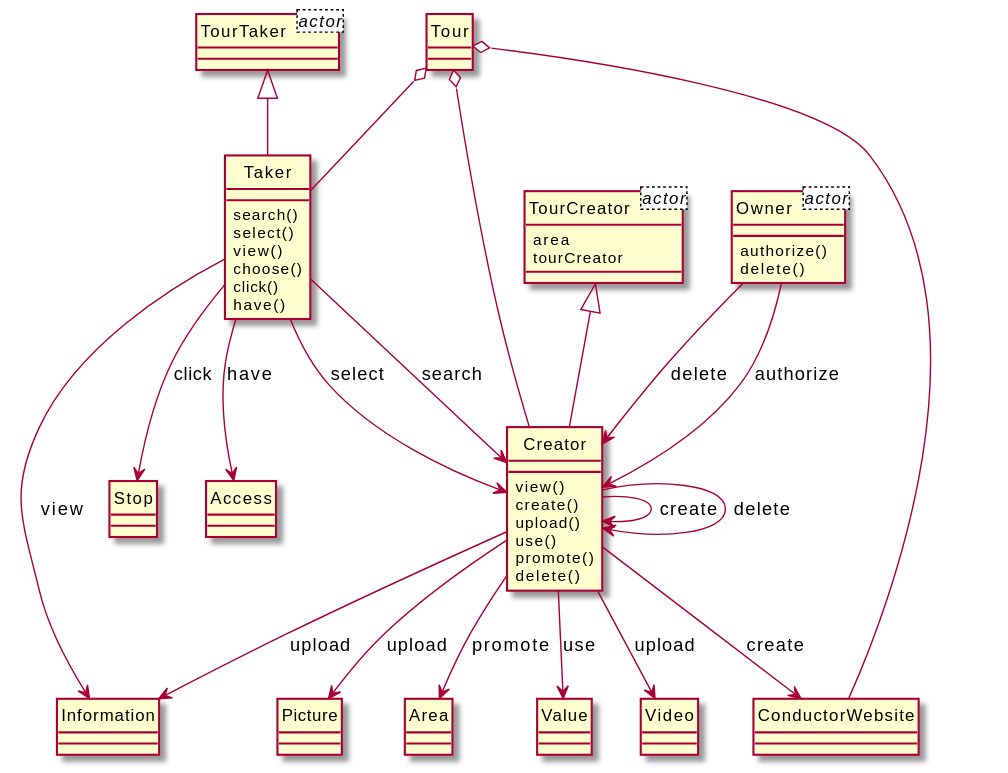
Before: output/diagram_5/2015-USC-Project05.svg, a diagram exported from PlantUML (xixixhalu/DomainModelExtractor).
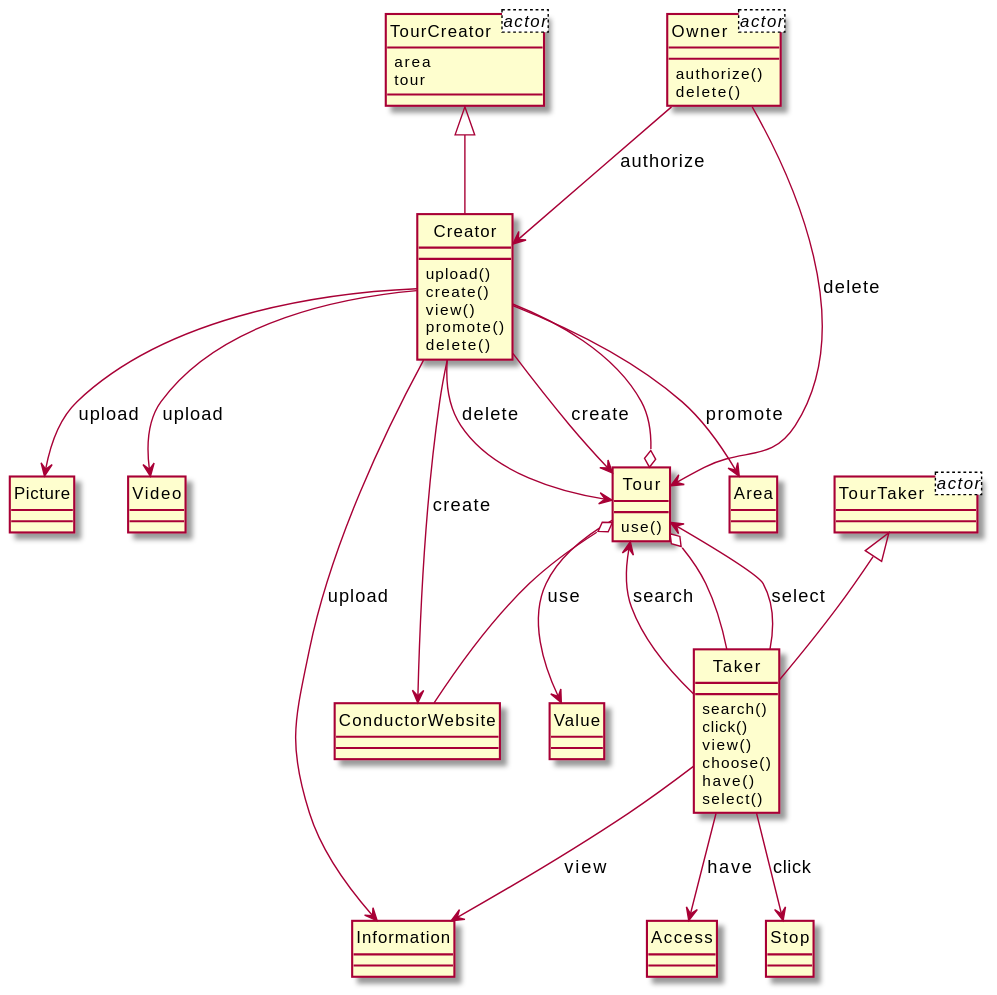
After the commit.

The edit, as a diff of the source:
```diff
@@ -2,72 +2,72 @@
 hide circle
 class TourCreator<actor> {
 	area
-	tourCreator
+	tour
 }
 class Owner<actor> {
 }
 class TourTaker<actor> {
 }
-class Tour {
-}
 class Taker {
 	search()
-	select()
+	click()
 	view()
 	choose()
-	click()
 	have()
+	select()
 }
 class ConductorWebsite {
 }
 class Creator {
+	upload()
+	create()
 	view()
-	create()
-	upload()
-	use()
 	promote()
 	delete()
 }
-class Picture {
+class Area {
 }
-class Area {
+class Information {
 }
 class Stop {
 }
+class Picture {
+}
+class Tour {
+	use()
+}
 class Access {
 }
-class Information {
+class Owner {
+	authorize()
+	delete()
 }
 class Value {
 }
 class Video {
 }
-class Owner {
-	authorize()
-	delete()
-}
 class TourTaker {
 }
 class TourCreator {
 }
+Creator --> Area : promote
+Owner --> Creator : authorize
+Taker --> Information : view
+Taker --> Tour : select
+Taker --> Stop : click
+Tour o-- Creator
+Creator --> ConductorWebsite : create
 Creator --> Picture : upload
-Creator --> Creator : create
-Creator --> Creator : delete
-Creator --> Value : use
-Creator --> Area : promote
+Creator --> Tour : delete
+Creator --> Information : upload
+Creator --> Tour : create
+Owner --> Tour : delete
+Tour --> Value : use
+Tour o-- ConductorWebsite
 Creator --> Video : upload
-Taker --> Stop : click
-Owner --> Creator : authorize
-Taker --> Creator : select
-Creator --> ConductorWebsite : create
-Creator --> Information : upload
-Taker --> Information : view
-Owner --> Creator : delete
-Tour o-- Creator
 TourTaker <|-- Taker
+TourCreator <|-- Creator
 Tour o-- Taker
-TourCreator <|-- Creator
-Tour o-- ConductorWebsite
+Taker --> Tour : search
 Taker --> Access : have
-Taker --> Creator : search
 @enduml
```
